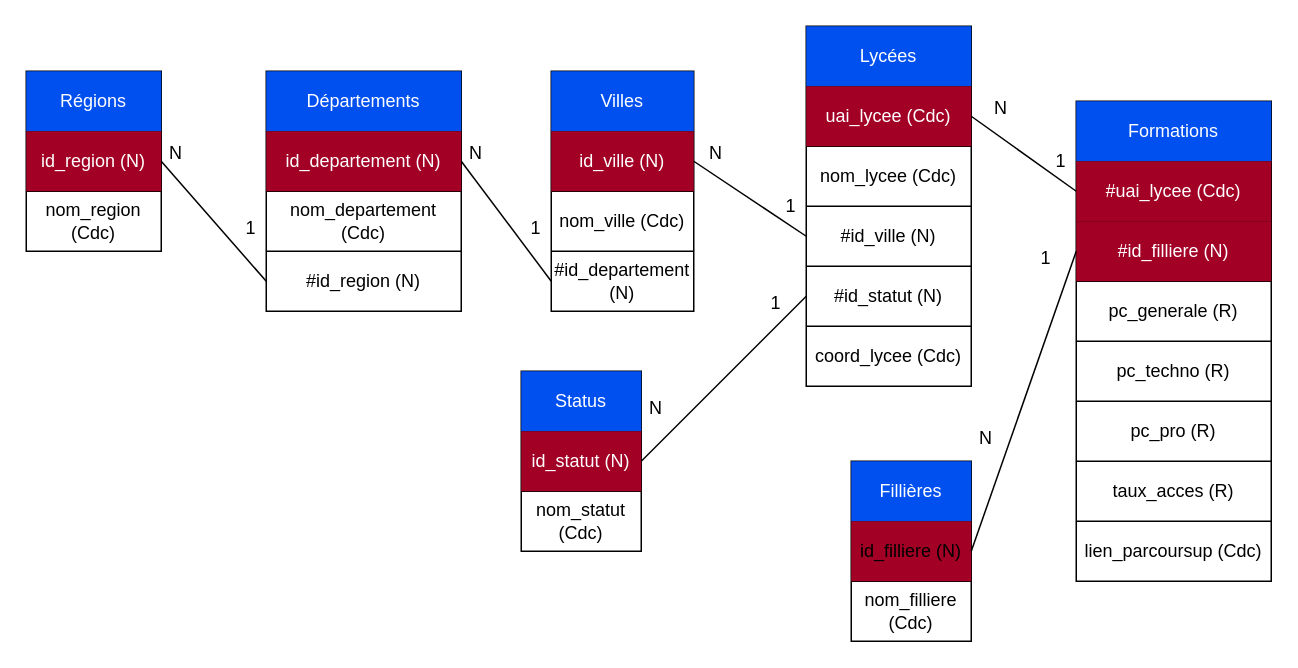
The draw.io diagram base.drawio in elouan660/prepa-CLI, before the edit. Source tidied: cells renumbered, new cells numbered last; positions are measured from the earlier drawing's top-left corner, leaving out a move shared by most shapes. Both pictures are drawn from the tidied source at 150%, with x=0, y=0 at pixel (26, 26).
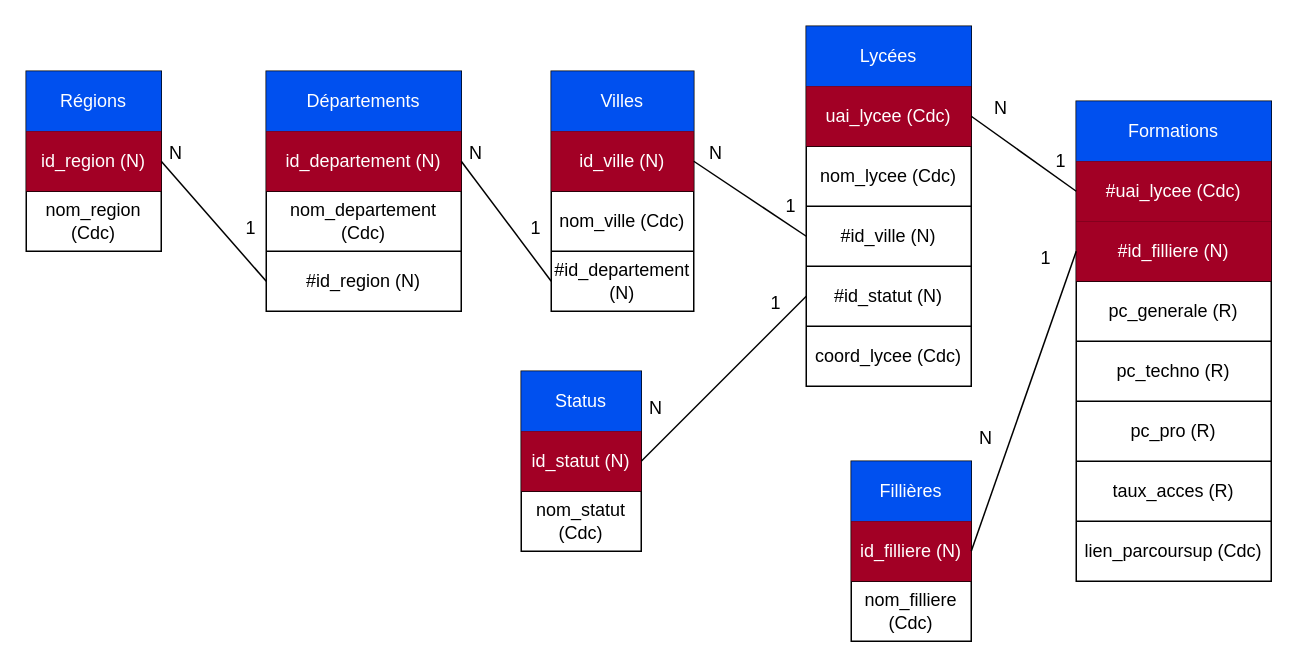
Above is the later version.

Unchanged cells that the change refers to:
```xml
<mxCell id="60" style="shape=tableRow;horizontal=0;startSize=0;swimlaneHead=0;swimlaneBody=0;top=0;left=0;bottom=0;right=0;fillColor=#a20025;points=[[0,0.5],[1,0.5]];portConstraint=eastwest;fontColor=#ffffff;strokeColor=#6F0000;" parent="57" vertex="1">
  <mxGeometry y="40" width="80" height="40" as="geometry" />
</mxCell>
```

Change to the diagram source:
```diff
@@
-    <mxCell id="61" value="id_filliere (N)" style="shape=partialRectangle;html=1;whiteSpace=wrap;overflow=hidden;fillColor=none;top=0;left=0;bottom=0;right=0;" parent="60" vertex="1">
+    <mxCell id="61" value="id_filliere (N)" style="shape=partialRectangle;html=1;whiteSpace=wrap;overflow=hidden;fillColor=none;top=0;left=0;bottom=0;right=0;fontColor=#ffffff;strokeColor=#6F0000;" parent="60" vertex="1">
       <mxGeometry width="80" height="40" as="geometry" />
     </mxCell>
```
